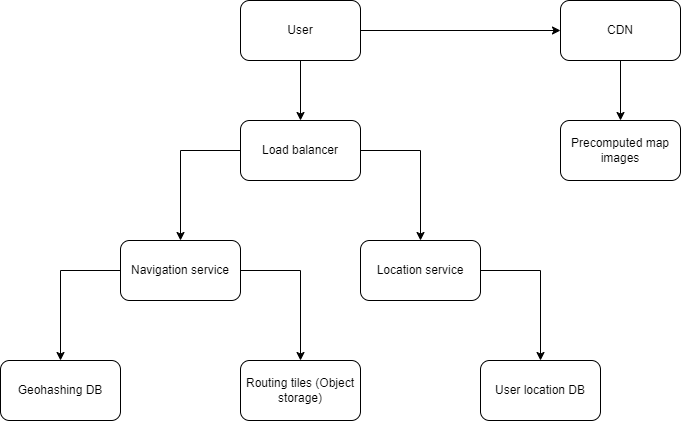
This is img/system-design/google-map1.png from riehseun/riehseun.github.io, a draw.io export, as it was before one commit. Source tidied: cells renumbered, new cells last; positions are measured from the earlier drawing's top-left corner, leaving out a move shared by most shapes.
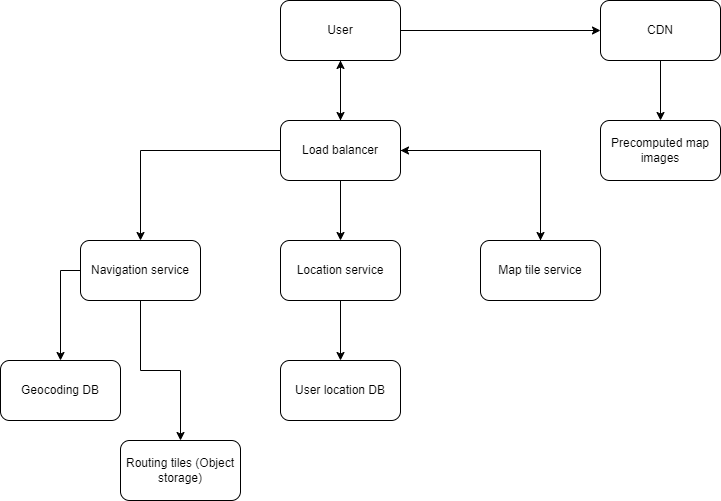
Above is the later version.

Change to the diagram source:
```diff
@@ -14,35 +14,43 @@
     <mxCell id="5" style="edgeStyle=orthogonalEdgeStyle;rounded=0;jettySize=auto;html=1;exitX=0;exitY=0.5;exitDx=0;exitDy=0;entryX=0.5;entryY=0;entryDx=0;entryDy=0;" parent="1" edge="1" source="7" target="10">
       <mxGeometry relative="1" as="geometry" />
     </mxCell>
+    <mxCell id="19" style="edgeStyle=orthogonalEdgeStyle;rounded=0;jettySize=auto;html=1;exitX=1;exitY=0.5;exitDx=0;exitDy=0;" parent="1" edge="1" source="7" target="22">
+      <mxGeometry relative="1" as="geometry" />
+    </mxCell>
-    <mxCell id="6" style="edgeStyle=orthogonalEdgeStyle;rounded=0;jettySize=auto;html=1;exitX=1;exitY=0.5;exitDx=0;exitDy=0;" parent="1" edge="1" source="7" target="12">
+    <mxCell id="6" style="edgeStyle=orthogonalEdgeStyle;rounded=0;jettySize=auto;html=1;exitX=0.5;exitY=1;exitDx=0;exitDy=0;entryX=0.5;entryY=0;entryDx=0;entryDy=0;" parent="1" edge="1" source="7" target="12">
       <mxGeometry relative="1" as="geometry" />
     </mxCell>
+    <mxCell id="20" style="edgeStyle=orthogonalEdgeStyle;rounded=0;jettySize=auto;html=1;exitX=0.5;exitY=0;exitDx=0;exitDy=0;" parent="1" edge="1" source="7">
+      <mxGeometry relative="1" as="geometry">
+        <mxPoint x="300" y="60" as="targetPoint" />
+      </mxGeometry>
+    </mxCell>
     <mxCell id="7" value="Load balancer" style="rounded=1;whiteSpace=wrap;html=1;" parent="1" vertex="1">
       <mxGeometry x="240" y="120" width="120" height="60" as="geometry" />
     </mxCell>
+    <mxCell id="9" style="edgeStyle=orthogonalEdgeStyle;rounded=0;jettySize=auto;html=1;exitX=0;exitY=0.5;exitDx=0;exitDy=0;entryX=0.5;entryY=0;entryDx=0;entryDy=0;" parent="1" edge="1" source="10" target="13">
+      <mxGeometry relative="1" as="geometry" />
+    </mxCell>
-    <mxCell id="8" style="edgeStyle=orthogonalEdgeStyle;rounded=0;jettySize=auto;html=1;exitX=1;exitY=0.5;exitDx=0;exitDy=0;" parent="1" edge="1" source="10" target="14">
+    <mxCell id="8" style="edgeStyle=orthogonalEdgeStyle;rounded=0;jettySize=auto;html=1;exitX=0.5;exitY=1;exitDx=0;exitDy=0;" parent="1" edge="1" source="10" target="14">
       <mxGeometry relative="1" as="geometry" />
     </mxCell>
-    <mxCell id="9" style="edgeStyle=orthogonalEdgeStyle;rounded=0;jettySize=auto;html=1;exitX=0;exitY=0.5;exitDx=0;exitDy=0;entryX=0.5;entryY=0;entryDx=0;entryDy=0;" parent="1" edge="1" source="10" target="13">
-      <mxGeometry relative="1" as="geometry" />
-    </mxCell>
     <mxCell id="10" value="Navigation service" style="rounded=1;whiteSpace=wrap;html=1;" parent="1" vertex="1">
-      <mxGeometry x="120" y="240" width="120" height="60" as="geometry" />
+      <mxGeometry x="40" y="240" width="120" height="60" as="geometry" />
     </mxCell>
-    <mxCell id="11" style="edgeStyle=orthogonalEdgeStyle;rounded=0;jettySize=auto;html=1;exitX=1;exitY=0.5;exitDx=0;exitDy=0;entryX=0.5;entryY=0;entryDx=0;entryDy=0;" parent="1" edge="1" source="12" target="15">
+    <mxCell id="11" style="edgeStyle=orthogonalEdgeStyle;rounded=0;jettySize=auto;html=1;exitX=0.5;exitY=1;exitDx=0;exitDy=0;" parent="1" edge="1" source="12" target="15">
       <mxGeometry relative="1" as="geometry" />
     </mxCell>
     <mxCell id="12" value="Location service" style="rounded=1;whiteSpace=wrap;html=1;" parent="1" vertex="1">
-      <mxGeometry x="360" y="240" width="120" height="60" as="geometry" />
+      <mxGeometry x="240" y="240" width="120" height="60" as="geometry" />
     </mxCell>
-    <mxCell id="13" value="Geohashing DB" style="rounded=1;whiteSpace=wrap;html=1;" parent="1" vertex="1">
-      <mxGeometry y="360" width="120" height="60" as="geometry" />
+    <mxCell id="13" value="Geocoding DB" style="rounded=1;whiteSpace=wrap;html=1;" parent="1" vertex="1">
+      <mxGeometry x="-40" y="360" width="120" height="60" as="geometry" />
     </mxCell>
     <mxCell id="14" value="Routing tiles (Object storage)" style="rounded=1;whiteSpace=wrap;html=1;" parent="1" vertex="1">
-      <mxGeometry x="240" y="360" width="120" height="60" as="geometry" />
+      <mxGeometry x="80" y="440" width="120" height="60" as="geometry" />
     </mxCell>
     <mxCell id="15" value="User location DB" style="rounded=1;whiteSpace=wrap;html=1;" parent="1" vertex="1">
-      <mxGeometry x="480" y="360" width="120" height="60" as="geometry" />
+      <mxGeometry x="240" y="360" width="120" height="60" as="geometry" />
     </mxCell>
     <mxCell id="16" style="edgeStyle=orthogonalEdgeStyle;rounded=0;jettySize=auto;html=1;exitX=0.5;exitY=1;exitDx=0;exitDy=0;entryX=0.5;entryY=0;entryDx=0;entryDy=0;" parent="1" edge="1" source="17" target="18">
       <mxGeometry relative="1" as="geometry" />
@@ -53,5 +61,11 @@
     <mxCell id="18" value="Precomputed map images" style="rounded=1;whiteSpace=wrap;html=1;" parent="1" vertex="1">
       <mxGeometry x="560" y="120" width="120" height="60" as="geometry" />
     </mxCell>
+    <mxCell id="21" style="edgeStyle=orthogonalEdgeStyle;rounded=0;jettySize=auto;html=1;exitX=0.5;exitY=0;exitDx=0;exitDy=0;entryX=1;entryY=0.5;entryDx=0;entryDy=0;" parent="1" edge="1" source="22" target="7">
+      <mxGeometry relative="1" as="geometry" />
+    </mxCell>
+    <mxCell id="22" value="Map tile service" style="rounded=1;whiteSpace=wrap;html=1;" parent="1" vertex="1">
+      <mxGeometry x="440" y="240" width="120" height="60" as="geometry" />
+    </mxCell>
   </root>
 </mxGraphModel>
```
